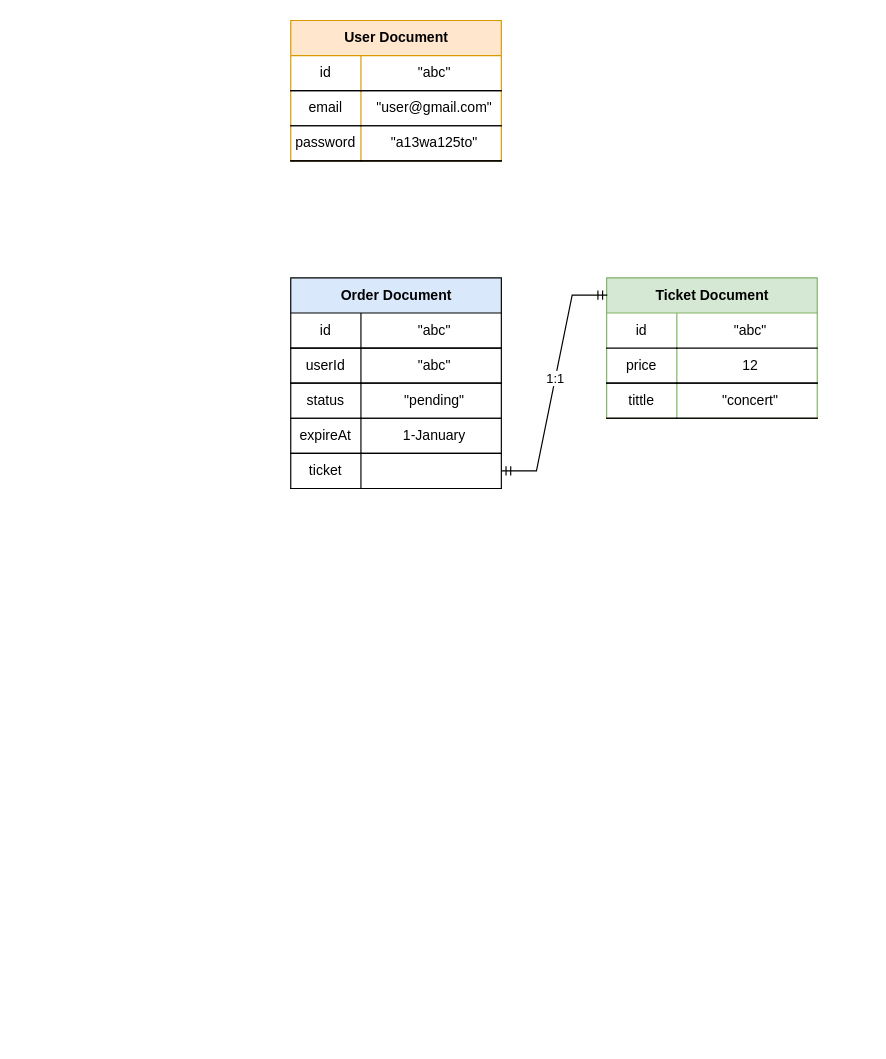
h3nrzi/ticketing22 keeps this draw.io diagram as page "Models" (1 of 3) of ticketing_project.drawio. Above is the earlier version. Source tidied: cells renumbered, new cells numbered last; positions are measured from the earlier drawing's top-left corner, leaving out a move shared by most shapes. Both pictures are drawn from the tidied source at 117%, with x=0, y=0 at pixel (290, 20).
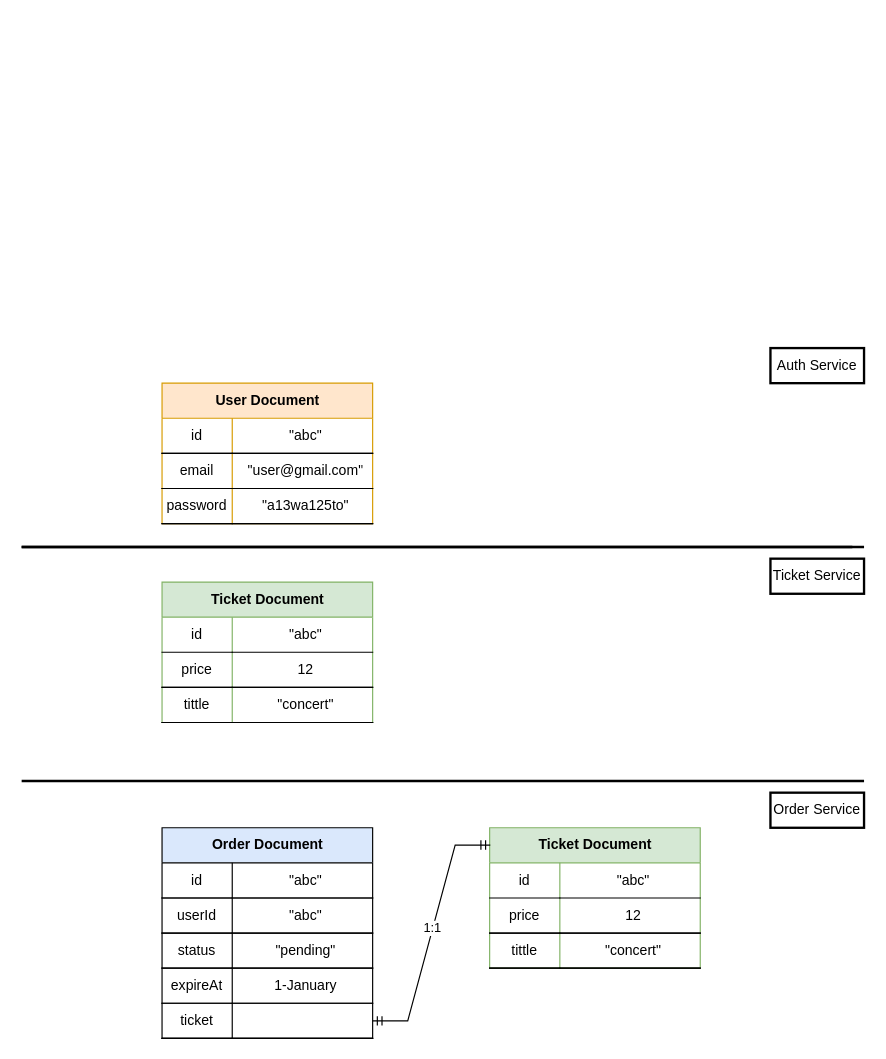
After the change.

The edit, as a diff of the source:
```diff
@@
     <mxCell id="2" value="Ticket Document" style="shape=table;startSize=30;childLayout=tableLayout;rowLines=0;fontStyle=1;align=center;html=1;swimlaneFillColor=default;strokeColor=#82b366;fillColor=#d5e8d4;" parent="1" vertex="1">
-      <mxGeometry x="270" y="220" width="180" height="120" as="geometry" />
+      <mxGeometry x="170" y="690" width="180" height="120" as="geometry" />
     </mxCell>
@@
     <mxCell id="12" value="Order Document" style="shape=table;startSize=30;childLayout=tableLayout;rowLines=0;fontStyle=1;align=center;html=1;swimlaneFillColor=default;strokeColor=default;fillColor=#dae8fc;" parent="1" vertex="1">
-      <mxGeometry y="220" width="180" height="180" as="geometry" />
+      <mxGeometry x="-110" y="690" width="180" height="180" as="geometry" />
     </mxCell>
@@
     <mxCell id="30" value="User Document" style="shape=table;startSize=30;childLayout=tableLayout;rowLines=0;fontStyle=1;align=center;html=1;swimlaneFillColor=default;strokeColor=#d79b00;fillColor=#ffe6cc;" parent="1" vertex="1">
-      <mxGeometry width="180" height="120" as="geometry" />
+      <mxGeometry x="-110" y="310" width="180" height="120" as="geometry" />
     </mxCell>
@@
+    <mxCell id="40" style="endArrow=none;html=1;rounded=0;strokeWidth=2;" parent="1" edge="1">
+      <mxGeometry relative="1" as="geometry">
+        <mxPoint x="-230" y="450" as="sourcePoint" />
+        <mxPoint x="480" y="450" as="targetPoint" />
+      </mxGeometry>
+    </mxCell>
+    <mxCell id="41" style="endArrow=none;html=1;rounded=0;strokeWidth=2;" parent="1" edge="1">
+      <mxGeometry relative="1" as="geometry">
+        <mxPoint x="-230" y="650" as="sourcePoint" />
+        <mxPoint x="490" y="650" as="targetPoint" />
+      </mxGeometry>
+    </mxCell>
+    <mxCell id="42" value="Order Service" style="text;strokeColor=default;align=center;fillColor=none;html=1;verticalAlign=middle;whiteSpace=wrap;rounded=0;strokeWidth=2;" parent="1" vertex="1">
+      <mxGeometry x="410" y="660" width="80" height="30" as="geometry" />
+    </mxCell>
+    <mxCell id="43" style="endArrow=none;html=1;rounded=0;strokeWidth=2;" parent="1" edge="1">
+      <mxGeometry relative="1" as="geometry">
+        <mxPoint x="-230" y="450" as="sourcePoint" />
+        <mxPoint x="490" y="450" as="targetPoint" />
+      </mxGeometry>
+    </mxCell>
+    <mxCell id="44" value="Ticket Service" style="text;strokeColor=default;align=center;fillColor=none;html=1;verticalAlign=middle;whiteSpace=wrap;rounded=0;strokeWidth=2;" parent="1" vertex="1">
+      <mxGeometry x="410" y="460" width="80" height="30" as="geometry" />
+    </mxCell>
+    <mxCell id="45" value="Ticket Document" style="shape=table;startSize=30;childLayout=tableLayout;rowLines=0;fontStyle=1;align=center;html=1;swimlaneFillColor=default;strokeColor=#82b366;fillColor=#d5e8d4;" parent="1" vertex="1">
+      <mxGeometry x="-110" y="480" width="180" height="120" as="geometry" />
+    </mxCell>
+    <mxCell id="46" style="shape=tableRow;horizontal=0;startSize=0;swimlaneHead=0;swimlaneBody=0;fillColor=none;top=0;left=0;right=0;bottom=0;align=center;" parent="45" vertex="1">
+      <mxGeometry y="30" width="180" height="30" as="geometry" />
+    </mxCell>
+    <mxCell id="47" value="id" style="shape=partialRectangle;fillColor=none;top=0;left=0;bottom=1;right=0;overflow=hidden;whiteSpace=wrap;html=1;align=center;" parent="46" vertex="1">
+      <mxGeometry width="60" height="30" as="geometry" />
+    </mxCell>
+    <mxCell id="48" value="&quot;abc&quot;" style="shape=partialRectangle;fillColor=none;top=0;left=0;bottom=1;right=0;align=center;spacingLeft=6;overflow=hidden;whiteSpace=wrap;html=1;" parent="46" vertex="1">
+      <mxGeometry x="60" width="120" height="30" as="geometry" />
+    </mxCell>
+    <mxCell id="49" style="shape=tableRow;horizontal=0;startSize=0;swimlaneHead=0;swimlaneBody=0;fillColor=none;top=0;left=0;right=0;bottom=1;align=center;" parent="45" vertex="1">
+      <mxGeometry y="60" width="180" height="30" as="geometry" />
+    </mxCell>
+    <mxCell id="50" value="price" style="shape=partialRectangle;fillColor=none;top=0;left=0;bottom=1;right=0;overflow=hidden;whiteSpace=wrap;html=1;align=center;" parent="49" vertex="1">
+      <mxGeometry width="60" height="30" as="geometry" />
+    </mxCell>
+    <mxCell id="51" value="12" style="shape=partialRectangle;fillColor=none;top=0;left=0;bottom=1;right=0;align=center;spacingLeft=6;overflow=hidden;whiteSpace=wrap;html=1;" parent="49" vertex="1">
+      <mxGeometry x="60" width="120" height="30" as="geometry" />
+    </mxCell>
+    <mxCell id="52" style="shape=tableRow;horizontal=0;startSize=0;swimlaneHead=0;swimlaneBody=0;fillColor=none;top=0;left=0;right=0;bottom=1;align=center;" parent="45" vertex="1">
+      <mxGeometry y="90" width="180" height="30" as="geometry" />
+    </mxCell>
+    <mxCell id="53" value="tittle" style="shape=partialRectangle;fillColor=none;top=0;left=0;bottom=1;right=0;overflow=hidden;whiteSpace=wrap;html=1;align=center;" parent="52" vertex="1">
+      <mxGeometry width="60" height="30" as="geometry" />
+    </mxCell>
+    <mxCell id="54" value="&quot;concert&quot;" style="shape=partialRectangle;fillColor=none;top=0;left=0;bottom=1;right=0;align=center;spacingLeft=6;overflow=hidden;whiteSpace=wrap;html=1;" parent="52" vertex="1">
+      <mxGeometry x="60" width="120" height="30" as="geometry" />
+    </mxCell>
+    <mxCell id="55" value="Auth Service" style="text;strokeColor=default;align=center;fillColor=none;html=1;verticalAlign=middle;whiteSpace=wrap;rounded=0;strokeWidth=2;" parent="1" vertex="1">
+      <mxGeometry x="410" y="280" width="80" height="30" as="geometry" />
+    </mxCell>
```
